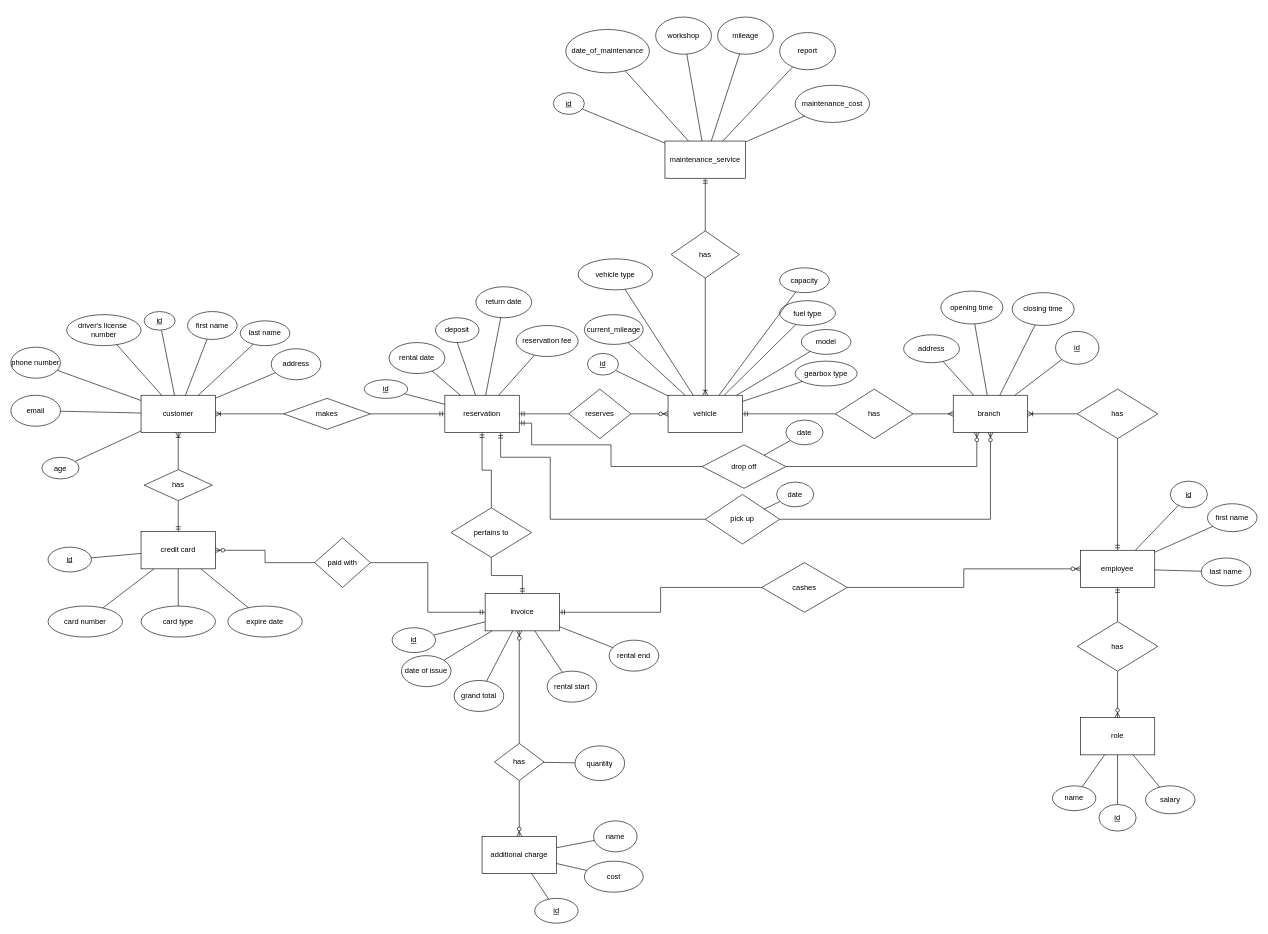
Earlier version of the draw.io diagram Database-Development/ermodel.drawio.xml (Cosmic0wl/FSWD70-Valentina-Panetta-CodeReview-09). Source tidied: cells renumbered, new cells numbered last; positions are measured from the earlier drawing's top-left corner, leaving out a move shared by most shapes. Both pictures are drawn from the tidied source at 62%, with x=0, y=0 at pixel (11, 17).
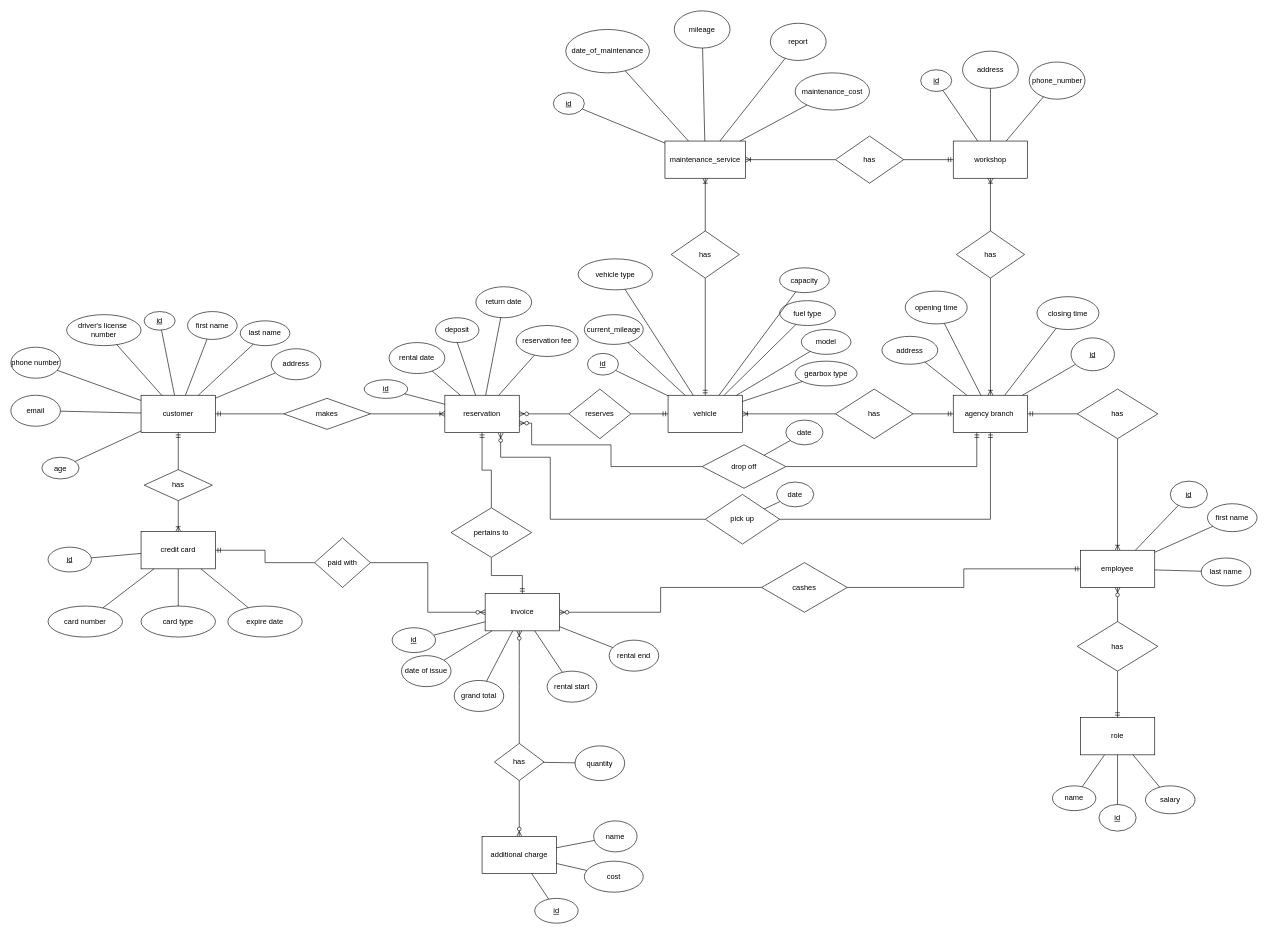
The same diagram, later.

Unchanged cells that the change refers to:
```xml
<mxCell id="2" value="customer" style="rounded=0;whiteSpace=wrap;html=1;" parent="1" vertex="1">
  <mxGeometry x="210" y="610" width="120" height="60" as="geometry" />
</mxCell>
<mxCell id="15" value="has" style="rhombus;whiteSpace=wrap;html=1;" parent="1" vertex="1">
  <mxGeometry x="215" y="730" width="110" height="50" as="geometry" />
</mxCell>
<mxCell id="16" value="credit card" style="rounded=0;whiteSpace=wrap;html=1;" parent="1" vertex="1">
  <mxGeometry x="210" y="830" width="120" height="60" as="geometry" />
</mxCell>
<mxCell id="25" value="makes" style="rhombus;whiteSpace=wrap;html=1;" parent="1" vertex="1">
  <mxGeometry x="440" y="615" width="140" height="50" as="geometry" />
</mxCell>
<mxCell id="26" value="reservation" style="rounded=0;whiteSpace=wrap;html=1;" parent="1" vertex="1">
  <mxGeometry x="700" y="610" width="120" height="60" as="geometry" />
</mxCell>
<mxCell id="35" value="vehicle" style="rounded=0;whiteSpace=wrap;html=1;" parent="1" vertex="1">
  <mxGeometry x="1060" y="610" width="120" height="60" as="geometry" />
</mxCell>
<mxCell id="38" value="reserves" style="rhombus;whiteSpace=wrap;html=1;" parent="1" vertex="1">
  <mxGeometry x="900" y="600" width="100" height="80" as="geometry" />
</mxCell>
<mxCell id="53" value="has" style="rhombus;whiteSpace=wrap;html=1;" parent="1" vertex="1">
  <mxGeometry x="1330" y="600" width="125" height="80" as="geometry" />
</mxCell>
<mxCell id="64" value="invoice" style="rounded=0;whiteSpace=wrap;html=1;" parent="1" vertex="1">
  <mxGeometry x="765" y="930" width="120" height="60" as="geometry" />
</mxCell>
<mxCell id="82" value="paid with" style="rhombus;whiteSpace=wrap;html=1;" parent="1" vertex="1">
  <mxGeometry x="490" y="840" width="90" height="80" as="geometry" />
</mxCell>
<mxCell id="85" value="pick up" style="rhombus;whiteSpace=wrap;html=1;" parent="1" vertex="1">
  <mxGeometry x="1120" y="770" width="120" height="80" as="geometry" />
</mxCell>
<mxCell id="88" value="drop off" style="rhombus;whiteSpace=wrap;html=1;" parent="1" vertex="1">
  <mxGeometry x="1115" y="690" width="135" height="70" as="geometry" />
</mxCell>
<mxCell id="95" value="has" style="rhombus;whiteSpace=wrap;html=1;" parent="1" vertex="1">
  <mxGeometry x="1720" y="600" width="130" height="80" as="geometry" />
</mxCell>
<mxCell id="96" value="employee" style="rounded=0;whiteSpace=wrap;html=1;" parent="1" vertex="1">
  <mxGeometry x="1725" y="860" width="120" height="60" as="geometry" />
</mxCell>
<mxCell id="105" value="has" style="rhombus;whiteSpace=wrap;html=1;" parent="1" vertex="1">
  <mxGeometry x="1720" y="975" width="130" height="80" as="geometry" />
</mxCell>
<mxCell id="106" value="role" style="rounded=0;whiteSpace=wrap;html=1;" parent="1" vertex="1">
  <mxGeometry x="1725" y="1130" width="120" height="60" as="geometry" />
</mxCell>
<mxCell id="113" value="cashes" style="rhombus;whiteSpace=wrap;html=1;" parent="1" vertex="1">
  <mxGeometry x="1211" y="880" width="138" height="80" as="geometry" />
</mxCell>
<mxCell id="139" value="has" style="rhombus;whiteSpace=wrap;html=1;" parent="1" vertex="1">
  <mxGeometry x="1065" y="345" width="110" height="76" as="geometry" />
</mxCell>
<mxCell id="140" value="maintenance_service" style="rounded=0;whiteSpace=wrap;html=1;" parent="1" vertex="1">
  <mxGeometry x="1055" y="200" width="130" height="60" as="geometry" />
</mxCell>
```

What changed in the source:
```diff
@@
-    <mxCell id="13" style="edgeStyle=orthogonalEdgeStyle;rounded=0;jettySize=auto;html=1;exitX=0.5;exitY=1;exitDx=0;exitDy=0;entryX=0.5;entryY=0;entryDx=0;entryDy=0;endArrow=ERmandOne;endFill=0;" parent="1" edge="1" source="15" target="16">
+    <mxCell id="13" style="edgeStyle=orthogonalEdgeStyle;rounded=0;jettySize=auto;html=1;exitX=0.5;exitY=1;exitDx=0;exitDy=0;entryX=0.5;entryY=0;entryDx=0;entryDy=0;endArrow=ERoneToMany;endFill=0;" parent="1" edge="1" source="15" target="16">
       <mxGeometry relative="1" as="geometry" />
     </mxCell>
-    <mxCell id="14" style="edgeStyle=orthogonalEdgeStyle;rounded=0;jettySize=auto;html=1;entryX=0.5;entryY=1;entryDx=0;entryDy=0;endArrow=ERoneToMany;endFill=0;" parent="1" edge="1" source="15" target="2">
+    <mxCell id="14" style="edgeStyle=orthogonalEdgeStyle;rounded=0;jettySize=auto;html=1;entryX=0.5;entryY=1;entryDx=0;entryDy=0;endArrow=ERmandOne;endFill=0;" parent="1" edge="1" source="15" target="2">
       <mxGeometry relative="1" as="geometry" />
     </mxCell>
@@
-    <mxCell id="23" style="edgeStyle=orthogonalEdgeStyle;rounded=0;jettySize=auto;html=1;endArrow=ERmandOne;endFill=0;" parent="1" edge="1" source="25" target="26">
+    <mxCell id="23" style="edgeStyle=orthogonalEdgeStyle;rounded=0;jettySize=auto;html=1;endArrow=ERoneToMany;endFill=0;" parent="1" edge="1" source="25" target="26">
       <mxGeometry relative="1" as="geometry" />
     </mxCell>
-    <mxCell id="24" style="edgeStyle=orthogonalEdgeStyle;rounded=0;jettySize=auto;html=1;entryX=1;entryY=0.5;entryDx=0;entryDy=0;endArrow=ERoneToMany;endFill=0;" parent="1" edge="1" source="25" target="2">
+    <mxCell id="24" style="edgeStyle=orthogonalEdgeStyle;rounded=0;jettySize=auto;html=1;entryX=1;entryY=0.5;entryDx=0;entryDy=0;endArrow=ERmandOne;endFill=0;" parent="1" edge="1" source="25" target="2">
       <mxGeometry relative="1" as="geometry" />
     </mxCell>
@@
-    <mxCell id="36" style="edgeStyle=orthogonalEdgeStyle;rounded=0;jettySize=auto;html=1;entryX=0;entryY=0.5;entryDx=0;entryDy=0;endArrow=ERzeroToMany;endFill=1;" parent="1" edge="1" source="38" target="35">
+    <mxCell id="36" style="edgeStyle=orthogonalEdgeStyle;rounded=0;jettySize=auto;html=1;entryX=0;entryY=0.5;entryDx=0;entryDy=0;endArrow=ERmandOne;endFill=0;" parent="1" edge="1" source="38" target="35">
       <mxGeometry relative="1" as="geometry" />
     </mxCell>
-    <mxCell id="37" style="edgeStyle=orthogonalEdgeStyle;rounded=0;jettySize=auto;html=1;entryX=1;entryY=0.5;entryDx=0;entryDy=0;endArrow=ERmandOne;endFill=0;" parent="1" edge="1" source="38" target="26">
+    <mxCell id="37" style="edgeStyle=orthogonalEdgeStyle;rounded=0;jettySize=auto;html=1;entryX=1;entryY=0.5;entryDx=0;entryDy=0;endArrow=ERzeroToMany;endFill=1;" parent="1" edge="1" source="38" target="26">
       <mxGeometry relative="1" as="geometry" />
     </mxCell>
@@
-    <mxCell id="51" style="edgeStyle=orthogonalEdgeStyle;rounded=0;jettySize=auto;html=1;entryX=1;entryY=0.5;entryDx=0;entryDy=0;endArrow=ERmandOne;endFill=0;" parent="1" edge="1" source="53" target="35">
+    <mxCell id="51" style="edgeStyle=orthogonalEdgeStyle;rounded=0;jettySize=auto;html=1;entryX=1;entryY=0.5;entryDx=0;entryDy=0;endArrow=ERoneToMany;endFill=0;" parent="1" edge="1" source="53" target="35">
       <mxGeometry relative="1" as="geometry" />
     </mxCell>
-    <mxCell id="52" style="edgeStyle=orthogonalEdgeStyle;rounded=0;jettySize=auto;html=1;exitX=1;exitY=0.5;exitDx=0;exitDy=0;entryX=0;entryY=0.5;entryDx=0;entryDy=0;endArrow=ERmany;endFill=0;" parent="1" edge="1" source="53" target="54">
+    <mxCell id="52" style="edgeStyle=orthogonalEdgeStyle;rounded=0;jettySize=auto;html=1;exitX=1;exitY=0.5;exitDx=0;exitDy=0;entryX=0;entryY=0.5;entryDx=0;entryDy=0;endArrow=ERmandOne;endFill=0;" parent="1" edge="1" source="53" target="54">
       <mxGeometry relative="1" as="geometry" />
     </mxCell>
@@
-    <mxCell id="54" value="branch&amp;nbsp;" style="rounded=0;whiteSpace=wrap;html=1;" parent="1" vertex="1">
+    <mxCell id="54" value="agency branch&amp;nbsp;" style="rounded=0;whiteSpace=wrap;html=1;" parent="1" vertex="1">
       <mxGeometry x="1520" y="610" width="120" height="60" as="geometry" />
     </mxCell>
     <mxCell id="55" value="address" style="ellipse;whiteSpace=wrap;html=1;" parent="1" vertex="1">
-      <mxGeometry x="1440" y="512.5" width="90" height="45" as="geometry" />
+      <mxGeometry x="1405" y="515" width="90" height="45" as="geometry" />
     </mxCell>
@@
     <mxCell id="57" value="opening time" style="ellipse;whiteSpace=wrap;html=1;" parent="1" vertex="1">
-      <mxGeometry x="1500" y="442" width="100" height="53" as="geometry" />
+      <mxGeometry x="1442.5" y="442" width="100" height="53" as="geometry" />
     </mxCell>
@@
     <mxCell id="65" value="&lt;u&gt;id&lt;/u&gt;" style="ellipse;whiteSpace=wrap;html=1;" parent="1" vertex="1">
-      <mxGeometry x="1685" y="507" width="70" height="53" as="geometry" />
+      <mxGeometry x="1710" y="517.5" width="70" height="53" as="geometry" />
     </mxCell>
@@
-    <mxCell id="80" style="edgeStyle=orthogonalEdgeStyle;rounded=0;jettySize=auto;html=1;entryX=0;entryY=0.5;entryDx=0;entryDy=0;endArrow=ERmandOne;endFill=0;" parent="1" edge="1" source="82" target="64">
+    <mxCell id="80" style="edgeStyle=orthogonalEdgeStyle;rounded=0;jettySize=auto;html=1;entryX=0;entryY=0.5;entryDx=0;entryDy=0;endArrow=ERzeroToMany;endFill=1;" parent="1" edge="1" source="82" target="64">
       <mxGeometry relative="1" as="geometry" />
     </mxCell>
-    <mxCell id="81" style="edgeStyle=orthogonalEdgeStyle;rounded=0;jettySize=auto;html=1;exitX=0;exitY=0.5;exitDx=0;exitDy=0;entryX=1;entryY=0.5;entryDx=0;entryDy=0;endArrow=ERzeroToMany;endFill=1;" parent="1" edge="1" source="82" target="16">
+    <mxCell id="81" style="edgeStyle=orthogonalEdgeStyle;rounded=0;jettySize=auto;html=1;exitX=0;exitY=0.5;exitDx=0;exitDy=0;entryX=1;entryY=0.5;entryDx=0;entryDy=0;endArrow=ERmandOne;endFill=0;" parent="1" edge="1" source="82" target="16">
       <mxGeometry relative="1" as="geometry" />
     </mxCell>
@@
-    <mxCell id="83" style="edgeStyle=orthogonalEdgeStyle;rounded=0;jettySize=auto;html=1;endArrow=ERmandOne;endFill=0;" parent="1" edge="1" source="85">
+    <mxCell id="83" style="edgeStyle=orthogonalEdgeStyle;rounded=0;jettySize=auto;html=1;endArrow=ERzeroToMany;endFill=1;" parent="1" edge="1" source="85">
       <mxGeometry relative="1" as="geometry">
         <mxPoint x="790" y="671" as="targetPoint" />
         <Array as="points">
           <mxPoint x="870" y="810" />
           <mxPoint x="870" y="710" />
           <mxPoint x="790" y="710" />
         </Array>
       </mxGeometry>
     </mxCell>
-    <mxCell id="84" style="edgeStyle=orthogonalEdgeStyle;rounded=0;jettySize=auto;html=1;entryX=0.5;entryY=1;entryDx=0;entryDy=0;endArrow=ERzeroToMany;endFill=1;" parent="1" edge="1" source="85" target="54">
+    <mxCell id="84" style="edgeStyle=orthogonalEdgeStyle;rounded=0;jettySize=auto;html=1;entryX=0.5;entryY=1;entryDx=0;entryDy=0;endArrow=ERmandOne;endFill=0;" parent="1" edge="1" source="85" target="54">
       <mxGeometry relative="1" as="geometry" />
     </mxCell>
@@
-    <mxCell id="86" style="edgeStyle=orthogonalEdgeStyle;rounded=0;jettySize=auto;html=1;entryX=1;entryY=0.75;entryDx=0;entryDy=0;endArrow=ERmandOne;endFill=0;" parent="1" edge="1" source="88" target="26">
+    <mxCell id="86" style="edgeStyle=orthogonalEdgeStyle;rounded=0;jettySize=auto;html=1;entryX=1;entryY=0.75;entryDx=0;entryDy=0;endArrow=ERzeroToMany;endFill=1;" parent="1" edge="1" source="88" target="26">
       <mxGeometry relative="1" as="geometry">
         <Array as="points">
           <mxPoint x="968" y="725" />
           <mxPoint x="968" y="690" />
           <mxPoint x="840" y="690" />
           <mxPoint x="840" y="655" />
         </Array>
       </mxGeometry>
     </mxCell>
-    <mxCell id="87" style="edgeStyle=orthogonalEdgeStyle;rounded=0;jettySize=auto;html=1;exitX=1;exitY=0.5;exitDx=0;exitDy=0;endArrow=ERzeroToMany;endFill=1;" parent="1" edge="1" source="88">
+    <mxCell id="87" style="edgeStyle=orthogonalEdgeStyle;rounded=0;jettySize=auto;html=1;exitX=1;exitY=0.5;exitDx=0;exitDy=0;endArrow=ERmandOne;endFill=0;" parent="1" edge="1" source="88">
       <mxGeometry relative="1" as="geometry">
         <mxPoint x="1558" y="670" as="targetPoint" />
         <Array as="points">
           <mxPoint x="1558" y="725" />
         </Array>
       </mxGeometry>
     </mxCell>
@@
-    <mxCell id="93" style="edgeStyle=orthogonalEdgeStyle;rounded=0;jettySize=auto;html=1;entryX=1;entryY=0.5;entryDx=0;entryDy=0;endArrow=ERoneToMany;endFill=0;" parent="1" edge="1" source="95" target="54">
+    <mxCell id="93" style="edgeStyle=orthogonalEdgeStyle;rounded=0;jettySize=auto;html=1;entryX=1;entryY=0.5;entryDx=0;entryDy=0;endArrow=ERmandOne;endFill=0;" parent="1" edge="1" source="95" target="54">
       <mxGeometry relative="1" as="geometry" />
     </mxCell>
-    <mxCell id="94" style="edgeStyle=orthogonalEdgeStyle;rounded=0;jettySize=auto;html=1;endArrow=ERmandOne;endFill=0;" parent="1" edge="1" source="95" target="96">
+    <mxCell id="94" style="edgeStyle=orthogonalEdgeStyle;rounded=0;jettySize=auto;html=1;endArrow=ERoneToMany;endFill=0;" parent="1" edge="1" source="95" target="96">
       <mxGeometry relative="1" as="geometry" />
     </mxCell>
@@
-    <mxCell id="103" style="edgeStyle=orthogonalEdgeStyle;rounded=0;jettySize=auto;html=1;entryX=0.5;entryY=1;entryDx=0;entryDy=0;endArrow=ERmandOne;endFill=0;" parent="1" edge="1" source="105" target="96">
+    <mxCell id="103" style="edgeStyle=orthogonalEdgeStyle;rounded=0;jettySize=auto;html=1;entryX=0.5;entryY=1;entryDx=0;entryDy=0;endArrow=ERzeroToMany;endFill=1;" parent="1" edge="1" source="105" target="96">
       <mxGeometry relative="1" as="geometry" />
     </mxCell>
-    <mxCell id="104" style="edgeStyle=orthogonalEdgeStyle;rounded=0;jettySize=auto;html=1;entryX=0.5;entryY=0;entryDx=0;entryDy=0;endArrow=ERzeroToMany;endFill=1;" parent="1" edge="1" source="105" target="106">
+    <mxCell id="104" style="edgeStyle=orthogonalEdgeStyle;rounded=0;jettySize=auto;html=1;entryX=0.5;entryY=0;entryDx=0;entryDy=0;endArrow=ERmandOne;endFill=0;" parent="1" edge="1" source="105" target="106">
       <mxGeometry relative="1" as="geometry" />
     </mxCell>
@@
-    <mxCell id="111" style="edgeStyle=orthogonalEdgeStyle;rounded=0;jettySize=auto;html=1;entryX=0;entryY=0.5;entryDx=0;entryDy=0;endArrow=ERzeroToMany;endFill=1;" parent="1" edge="1" source="113" target="96">
+    <mxCell id="111" style="edgeStyle=orthogonalEdgeStyle;rounded=0;jettySize=auto;html=1;entryX=0;entryY=0.5;entryDx=0;entryDy=0;endArrow=ERmandOne;endFill=0;" parent="1" edge="1" source="113" target="96">
       <mxGeometry relative="1" as="geometry" />
     </mxCell>
-    <mxCell id="112" style="edgeStyle=orthogonalEdgeStyle;rounded=0;jettySize=auto;html=1;entryX=1;entryY=0.5;entryDx=0;entryDy=0;endArrow=ERmandOne;endFill=0;" parent="1" edge="1" source="113" target="64">
+    <mxCell id="112" style="edgeStyle=orthogonalEdgeStyle;rounded=0;jettySize=auto;html=1;entryX=1;entryY=0.5;entryDx=0;entryDy=0;endArrow=ERzeroToMany;endFill=1;" parent="1" edge="1" source="113" target="64">
       <mxGeometry relative="1" as="geometry" />
     </mxCell>
@@
     <mxCell id="128" value="closing time" style="ellipse;whiteSpace=wrap;html=1;" parent="1" vertex="1">
-      <mxGeometry x="1615" y="444.5" width="100" height="53" as="geometry" />
+      <mxGeometry x="1655" y="451" width="100" height="53" as="geometry" />
     </mxCell>
@@
-    <mxCell id="137" style="edgeStyle=orthogonalEdgeStyle;rounded=0;jettySize=auto;html=1;entryX=0.5;entryY=0;entryDx=0;entryDy=0;endArrow=ERoneToMany;endFill=0;" parent="1" edge="1" source="139" target="35">
+    <mxCell id="137" style="edgeStyle=orthogonalEdgeStyle;rounded=0;jettySize=auto;html=1;entryX=0.5;entryY=0;entryDx=0;entryDy=0;endArrow=ERmandOne;endFill=0;" parent="1" edge="1" source="139" target="35">
       <mxGeometry relative="1" as="geometry" />
     </mxCell>
-    <mxCell id="138" style="edgeStyle=orthogonalEdgeStyle;rounded=0;jettySize=auto;html=1;exitX=0.5;exitY=0;exitDx=0;exitDy=0;endArrow=ERmandOne;endFill=0;" parent="1" edge="1" source="139" target="140">
+    <mxCell id="138" style="edgeStyle=orthogonalEdgeStyle;rounded=0;jettySize=auto;html=1;exitX=0.5;exitY=0;exitDx=0;exitDy=0;endArrow=ERoneToMany;endFill=0;" parent="1" edge="1" source="139" target="140">
       <mxGeometry relative="1" as="geometry" />
     </mxCell>
@@
-    <mxCell id="141" value="workshop" style="ellipse;whiteSpace=wrap;html=1;" parent="1" vertex="1">
-      <mxGeometry x="1040" width="90" height="60" as="geometry" />
-    </mxCell>
     <mxCell id="142" value="mileage" style="ellipse;whiteSpace=wrap;html=1;" parent="1" vertex="1">
-      <mxGeometry x="1140" width="90" height="60" as="geometry" />
+      <mxGeometry x="1070" y="-10" width="90" height="60" as="geometry" />
     </mxCell>
@@
     <mxCell id="144" value="report" style="ellipse;whiteSpace=wrap;html=1;" parent="1" vertex="1">
-      <mxGeometry x="1240" y="25" width="90" height="60" as="geometry" />
+      <mxGeometry x="1225" y="10" width="90" height="60" as="geometry" />
     </mxCell>
     <mxCell id="145" value="maintenance_cost" style="ellipse;whiteSpace=wrap;html=1;" parent="1" vertex="1">
-      <mxGeometry x="1265" y="110" width="120" height="60" as="geometry" />
+      <mxGeometry x="1265" y="90" width="120" height="60" as="geometry" />
     </mxCell>
@@
-    <mxCell id="149" style="endArrow=none;html=1;" parent="1" edge="1" source="140" target="141">
-      <mxGeometry relative="1" as="geometry" />
-    </mxCell>
@@
+    <mxCell id="141" value="workshop" style="rounded=0;whiteSpace=wrap;html=1;" parent="1" vertex="1">
+      <mxGeometry x="1520" y="200" width="120" height="60" as="geometry" />
+    </mxCell>
+    <mxCell id="153" style="edgeStyle=orthogonalEdgeStyle;rounded=0;jettySize=auto;html=1;entryX=1;entryY=0.5;entryDx=0;entryDy=0;endArrow=ERoneToMany;endFill=0;" parent="1" edge="1" source="155" target="140">
+      <mxGeometry relative="1" as="geometry" />
+    </mxCell>
+    <mxCell id="154" style="edgeStyle=orthogonalEdgeStyle;rounded=0;jettySize=auto;html=1;entryX=0;entryY=0.5;entryDx=0;entryDy=0;endArrow=ERmandOne;endFill=0;" parent="1" edge="1" source="155" target="141">
+      <mxGeometry relative="1" as="geometry" />
+    </mxCell>
+    <mxCell id="155" value="has" style="rhombus;whiteSpace=wrap;html=1;" parent="1" vertex="1">
+      <mxGeometry x="1330" y="192" width="110" height="76" as="geometry" />
+    </mxCell>
+    <mxCell id="156" value="&lt;u&gt;id&lt;/u&gt;" style="ellipse;whiteSpace=wrap;html=1;" parent="1" vertex="1">
+      <mxGeometry x="1467.5" y="85" width="50" height="35" as="geometry" />
+    </mxCell>
+    <mxCell id="157" style="endArrow=none;html=1;" parent="1" edge="1" source="141" target="156">
+      <mxGeometry relative="1" as="geometry" />
+    </mxCell>
+    <mxCell id="158" value="address" style="ellipse;whiteSpace=wrap;html=1;" parent="1" vertex="1">
+      <mxGeometry x="1535" y="55" width="90" height="60" as="geometry" />
+    </mxCell>
+    <mxCell id="159" style="endArrow=none;html=1;" parent="1" edge="1" source="141" target="158">
+      <mxGeometry relative="1" as="geometry" />
+    </mxCell>
+    <mxCell id="160" value="phone_number" style="ellipse;whiteSpace=wrap;html=1;" parent="1" vertex="1">
+      <mxGeometry x="1642.5" y="72.5" width="90" height="60" as="geometry" />
+    </mxCell>
+    <mxCell id="161" style="endArrow=none;html=1;" parent="1" edge="1" source="141" target="160">
+      <mxGeometry relative="1" as="geometry" />
+    </mxCell>
+    <mxCell id="162" style="edgeStyle=orthogonalEdgeStyle;rounded=0;jettySize=auto;html=1;entryX=0.5;entryY=1;entryDx=0;entryDy=0;endArrow=ERoneToMany;endFill=0;" parent="1" edge="1" source="164" target="141">
+      <mxGeometry relative="1" as="geometry" />
+    </mxCell>
+    <mxCell id="163" style="edgeStyle=orthogonalEdgeStyle;rounded=0;jettySize=auto;html=1;endArrow=ERoneToMany;endFill=0;" parent="1" edge="1" source="164" target="54">
+      <mxGeometry relative="1" as="geometry" />
+    </mxCell>
+    <mxCell id="164" value="has" style="rhombus;whiteSpace=wrap;html=1;" parent="1" vertex="1">
+      <mxGeometry x="1525" y="345" width="110" height="76" as="geometry" />
+    </mxCell>
```
